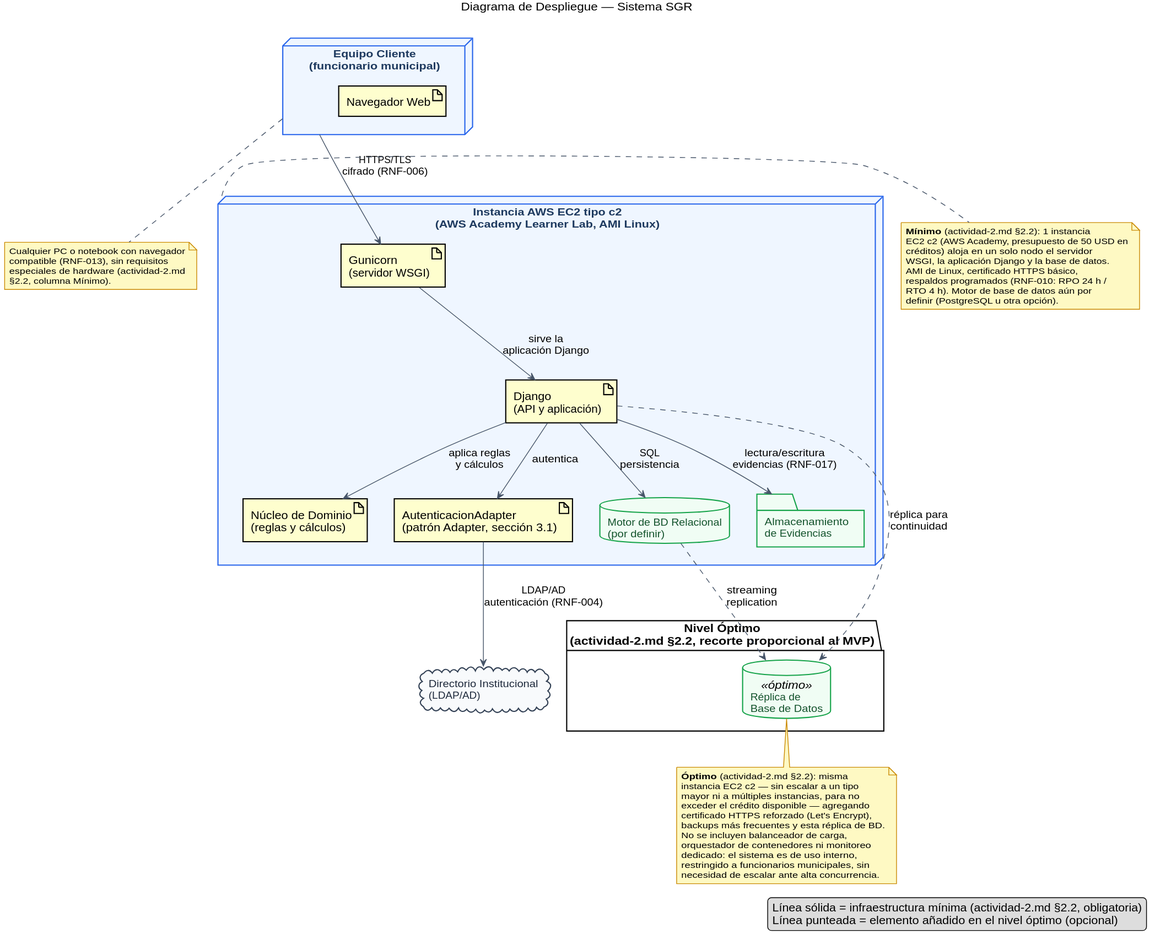
Above: assets/actividad-3/despliegue.svg in Ren-reno/ev1 (PlantUML), before the change.
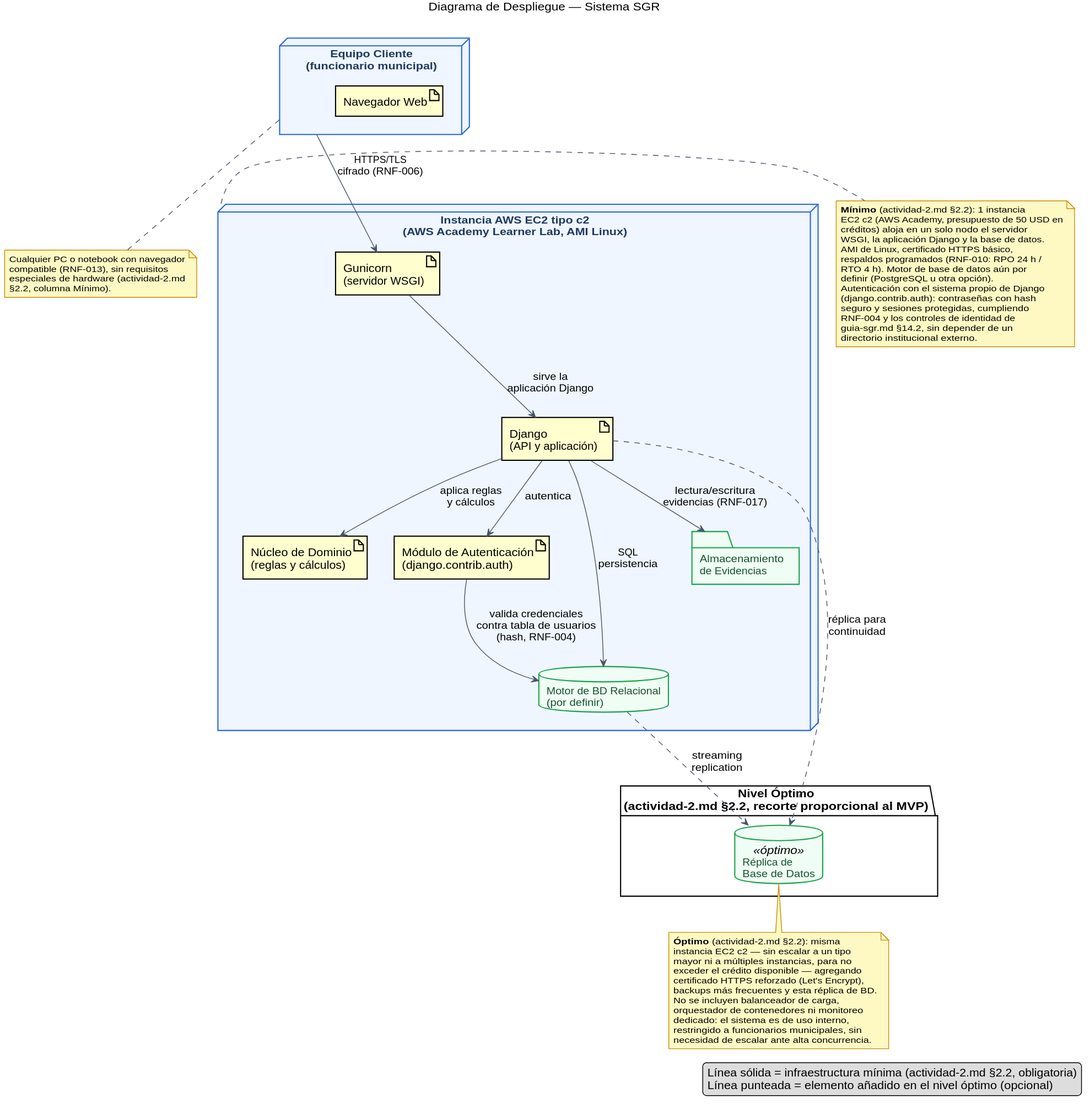
After the commit.

Commit message:
actividad-3: autenticación interna en vez de directorio institucional

The edit, as a diff of the source:
```diff
@@ -48,20 +48,18 @@
   artifact "Gunicorn\n(servidor WSGI)" as WSGI
   artifact "Django\n(API y aplicación)" as APP
   artifact "Núcleo de Dominio\n(reglas y cálculos)" as DOM
-  artifact "AutenticacionAdapter\n(patrón Adapter, sección 3.1)" as ADAPTER
+  artifact "Módulo de Autenticación\n(django.contrib.auth)" as AUTH
   database "Motor de BD Relacional\n(por definir)" as BD
   folder "Almacenamiento\nde Evidencias" as FILES
 }
-
-cloud "Directorio Institucional\n(LDAP/AD)" as LDAP
 
 CLIENTE --> WSGI : HTTPS/TLS\ncifrado (RNF-006)
 WSGI --> APP : sirve la\naplicación Django
 APP --> DOM : aplica reglas\ny cálculos
 APP --> BD : SQL\npersistencia
 APP --> FILES : lectura/escritura\nevidencias (RNF-017)
-APP --> ADAPTER : autentica
-ADAPTER --> LDAP : LDAP/AD\nautenticación (RNF-004)
+APP --> AUTH : autentica
+AUTH --> BD : valida credenciales\ncontra tabla de usuarios\n(hash, RNF-004)
 
 note bottom of CLIENTE
   Cualquier PC o notebook con navegador
@@ -79,6 +77,12 @@
   respaldos programados (RNF-010: RPO 24 h /
   RTO 4 h). Motor de base de datos aún por
   definir (PostgreSQL u otra opción).
+  Autenticación con el sistema propio de Django
+  (django.contrib.auth): contraseñas con hash
+  seguro y sesiones protegidas, cumpliendo
+  RNF-004 y los controles de identidad de
+  guia-sgr.md §14.2, sin depender de un
+  directorio institucional externo.
 end note
 
 package "Nivel Óptimo\n(actividad-2.md §2.2, recorte proporcional al MVP)" {
```
